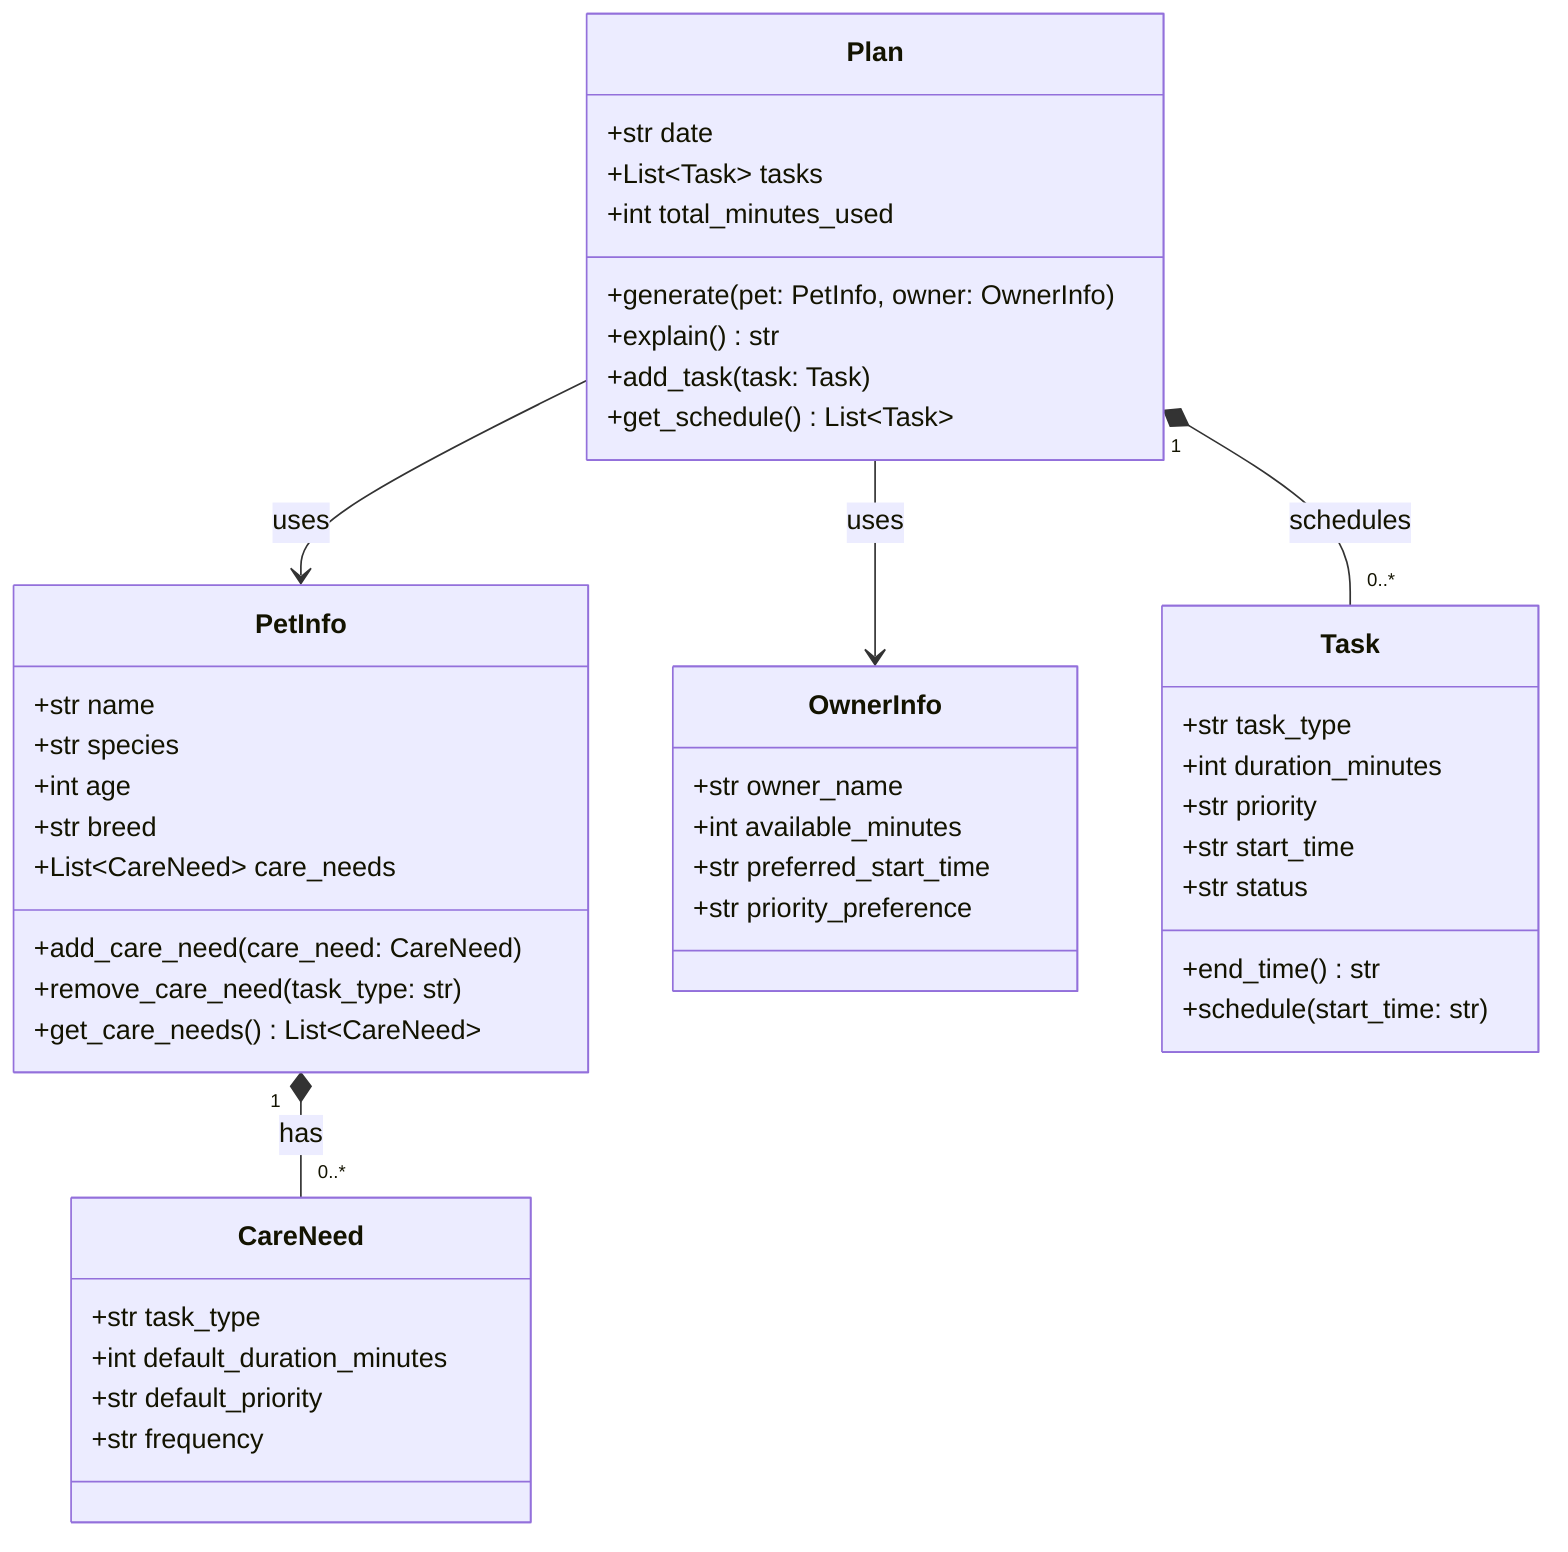
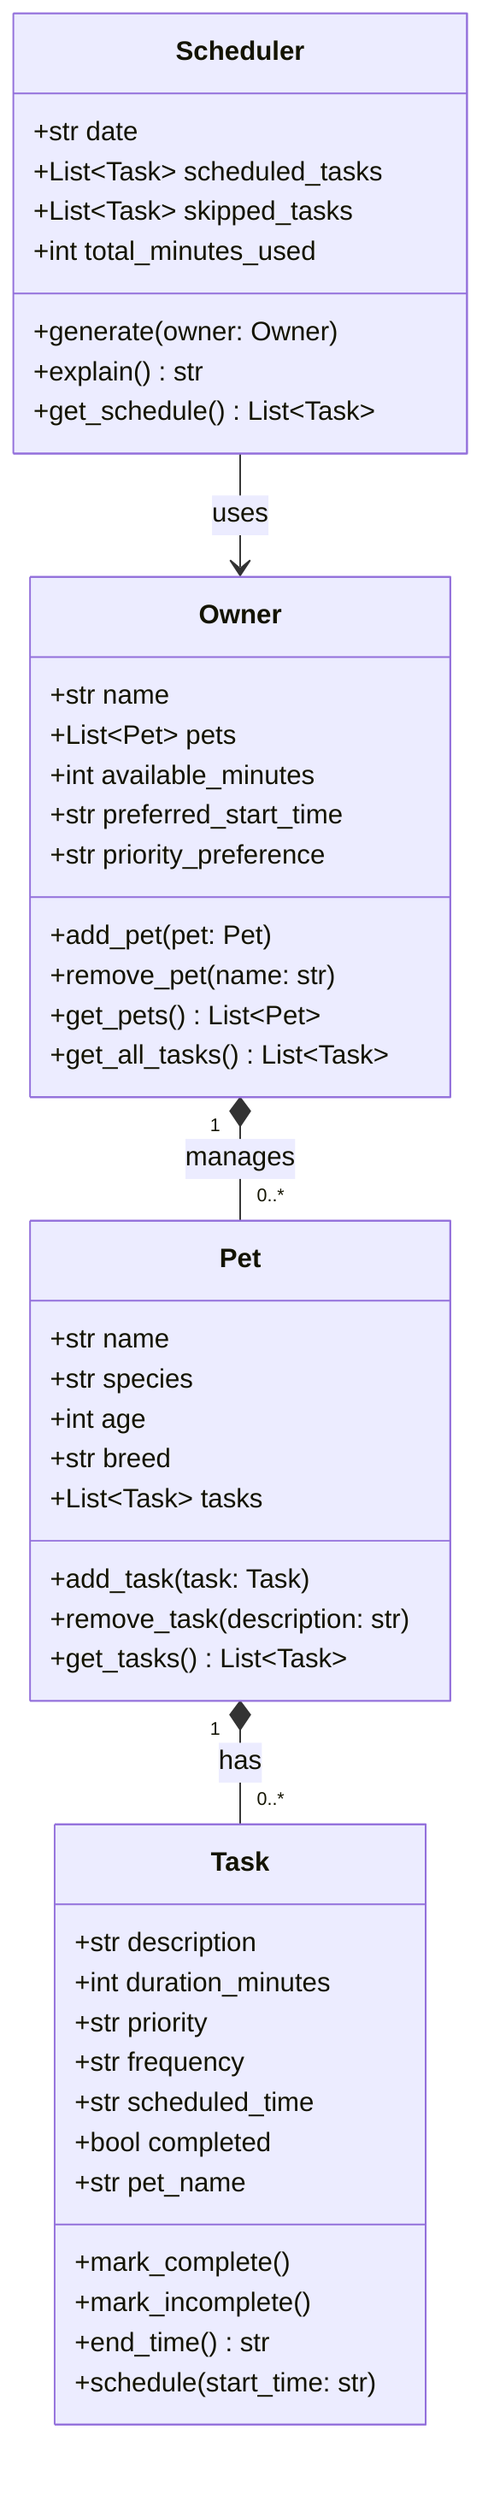
classDiagram
-     class PetInfo {
+     class Task {
+         +str description
+         +int duration_minutes
+         +str priority
+         +str frequency
+         +str scheduled_time
+         +bool completed
+         +str pet_name
+         +mark_complete()
+         +mark_incomplete()
+         +end_time() str
+         +schedule(start_time: str)
+     }
+ 
+     class Pet {
        +str name
        +str species
        +int age
        +str breed
-         +List~CareNeed~ care_needs
-         +add_care_need(care_need: CareNeed)
-         +remove_care_need(task_type: str)
-         +get_care_needs() List~CareNeed~
+         +List~Task~ tasks
+         +add_task(task: Task)
+         +remove_task(description: str)
+         +get_tasks() List~Task~
    }

-     class CareNeed {
-         +str task_type
-         +int default_duration_minutes
-         +str default_priority
-         +str frequency
-     }
- 
-     class OwnerInfo {
-         +str owner_name
+     class Owner {
+         +str name
+         +List~Pet~ pets
        +int available_minutes
        +str preferred_start_time
        +str priority_preference
+         +add_pet(pet: Pet)
+         +remove_pet(name: str)
+         +get_pets() List~Pet~
+         +get_all_tasks() List~Task~
    }

-     class Task {
-         +str task_type
-         +int duration_minutes
-         +str priority
-         +str start_time
-         +str status
-         +end_time() str
-         +schedule(start_time: str)
-     }
- 
-     class Plan {
+     class Scheduler {
        +str date
-         +List~Task~ tasks
+         +List~Task~ scheduled_tasks
+         +List~Task~ skipped_tasks
        +int total_minutes_used
-         +generate(pet: PetInfo, owner: OwnerInfo)
+         +generate(owner: Owner)
        +explain() str
-         +add_task(task: Task)
        +get_schedule() List~Task~
    }

-     PetInfo "1" *-- "0..*" CareNeed : has
-     Plan "1" *-- "0..*" Task : schedules
-     Plan --> PetInfo : uses
-     Plan --> OwnerInfo : uses
+     Owner "1" *-- "0..*" Pet : manages
+     Pet "1" *-- "0..*" Task : has
+     Scheduler --> Owner : uses
